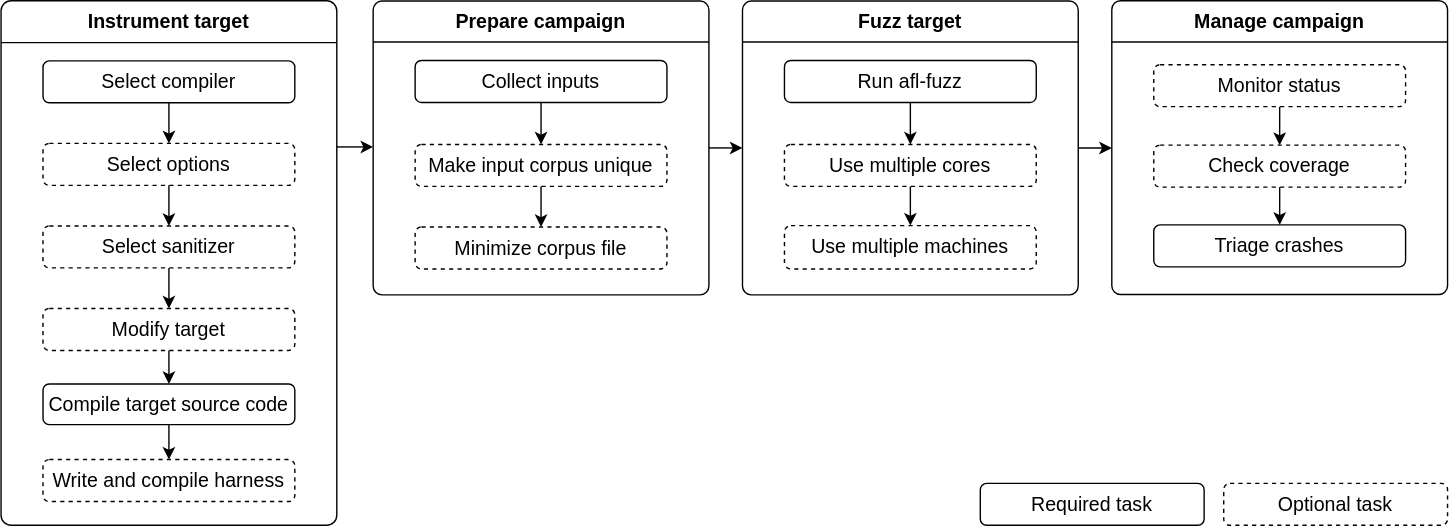
Before: docs/resources/0_fuzzing_process_overview.drawio.svg, a diagram exported from draw.io (AFLplusplus/AFLplusplus). Source tidied: cells renumbered, new cells last; positions are measured from the earlier drawing's top-left corner, leaving out a move shared by most shapes.
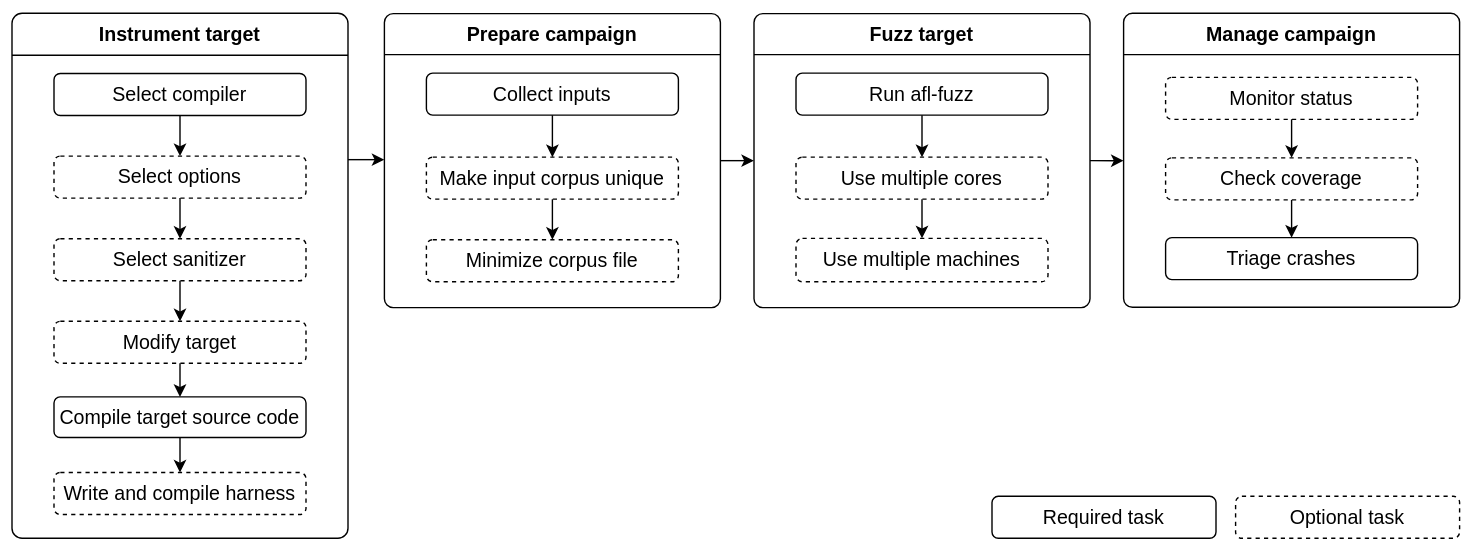
The same diagram one commit later.

What changed in the source:
```diff
@@ -2,6 +2,9 @@
   <root>
     <mxCell id="0" />
     <mxCell id="1" parent="0" />
+    <mxCell id="51" style="rounded=0;whiteSpace=wrap;html=1;strokeColor=none;" parent="1" vertex="1">
+      <mxGeometry x="-8" y="-9" width="1051" height="394" as="geometry" />
+    </mxCell>
     <mxCell id="2" style="rounded=1;whiteSpace=wrap;html=1;fillColor=none;arcSize=3;fontSize=14;" parent="1" vertex="1">
       <mxGeometry x="794" width="240" height="210" as="geometry" />
     </mxCell>
```
